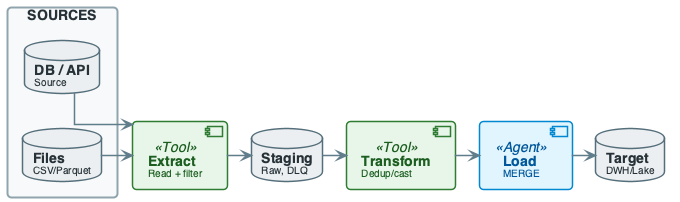
The PlantUML diagram diagrams/week04/week4_lecture_slide13_pipeline_overview.png in OrPerets/data-engineering-course, before a commit.
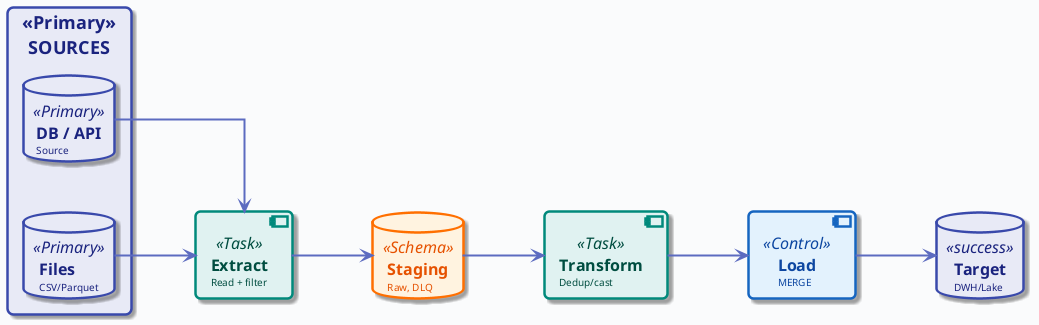
Later version of the same file.

Diff of the diagram source:
```diff
@@ -1,139 +1,24 @@
 @startuml
 
+!include ../_template_styles.puml
+
 top to bottom direction
-skinparam linetype ortho
-skinparam shadowing false
-skinparam roundcorner 8
-skinparam handwritten false
-skinparam nodesep 24
-skinparam ranksep 28
 
-skinparam defaultFontName "Segoe UI, Helvetica, sans-serif"
-skinparam defaultFontSize 16
-skinparam defaultFontColor #2C3E50
-
-skinparam rectangle {
-    BackgroundColor #F8F9FA
-    BorderColor #90A4AE
-    BorderThickness 2
-    FontColor #263238
-    FontSize 14
-    FontStyle bold
-    Padding 20
-}
-
-skinparam component {
-    BackgroundColor #FFFFFF
-    BorderColor #78909C
-    BorderThickness 1.5
-    FontSize 14
-    Padding 12
-}
-
-skinparam database {
-    BackgroundColor #ECEFF1
-    BorderColor #546E7A
-    BorderThickness 1.5
-    FontSize 14
-    FontColor #263238
-}
-
-skinparam arrow {
-    Color #607D8B
-    Thickness 1.5
-    FontSize 11
-    FontColor #546E7A
-}
-
-skinparam component<<UI>> {
-    BorderColor #8E24AA
-    BackgroundColor #F3E5F5
-    FontColor #4A148C
-}
-
-skinparam component<<Agent>> {
-    BorderColor #0288D1
-    BackgroundColor #E1F5FE
-    FontColor #01579B
-}
-
-skinparam component<<Tool>> {
-    BorderColor #2E7D32
-    BackgroundColor #E8F5E9
-    FontColor #1B5E20
-}
-
-skinparam component<<Config>> {
-    BorderColor #F57C00
-    BackgroundColor #FFF3E0
-    FontColor #E65100
-}
-
-skinparam component<<Bad>> {
-    BorderColor #C62828
-    BackgroundColor #FFEBEE
-    FontColor #B71C1C
-}
-
-skinparam component<<V1>> {
-    BorderColor #F57C00
-    BackgroundColor #FFF3E0
-    FontColor #E65100
-}
-
-skinparam component<<V2>> {
-    BorderColor #2E7D32
-    BackgroundColor #E8F5E9
-    FontColor #1B5E20
-}
-
-skinparam component<<up>> {
-    BackgroundColor #E8F5E9
-    BorderColor #2E7D32
-}
-
-skinparam component<<down>> {
-    BackgroundColor #FFEBEE
-    BorderColor #C62828
-}
-
-skinparam database<<up>> {
-    BackgroundColor #E8F5E9
-    BorderColor #2E7D32
-}
-
-skinparam database<<down>> {
-    BackgroundColor #FFEBEE
-    BorderColor #C62828
-}
-
-skinparam component<<success>> {
-    BackgroundColor #E8F5E9
-    BorderColor #2E7D32
-}
-
-skinparam component<<failure>> {
-    BackgroundColor #FFEBEE
-    BorderColor #C62828
-}
-
-
-
-rectangle "SOURCES" #F8F9FA {
-    database "**DB / API**\n<size:10>Source</size>" as SRC1
-    database "**Files**\n<size:10>CSV/Parquet</size>" as SRC2
+rectangle "SOURCES" <<Primary>> {
+    database "**DB / API**\n<size:10>Source</size>" as SRC1 <<Primary>>
+    database "**Files**\n<size:10>CSV/Parquet</size>" as SRC2 <<Primary>>
     SRC1 -[hidden]down- SRC2
 }
 
-component "**Extract**\n<size:10>Read + filter</size>" as EXTRACT_STEP <<Tool>>
+component "**Extract**\n<size:10>Read + filter</size>" as EXTRACT_STEP <<Task>>
 
-database "**Staging**\n<size:10>Raw, DLQ</size>" as STG
+database "**Staging**\n<size:10>Raw, DLQ</size>" as STG <<Schema>>
 
-component "**Transform**\n<size:10>Dedup/cast</size>" as TRANSFORM_STEP <<Tool>>
+component "**Transform**\n<size:10>Dedup/cast</size>" as TRANSFORM_STEP <<Task>>
 
-component "**Load**\n<size:10>MERGE</size>" as LOAD_STEP <<Agent>>
+component "**Load**\n<size:10>MERGE</size>" as LOAD_STEP <<Control>>
 
-database "**Target**\n<size:10>DWH/Lake</size>" as TGT
+database "**Target**\n<size:10>DWH/Lake</size>" as TGT <<success>>
 
 SRC1 -right-> EXTRACT_STEP
 SRC2 -right-> EXTRACT_STEP
```
